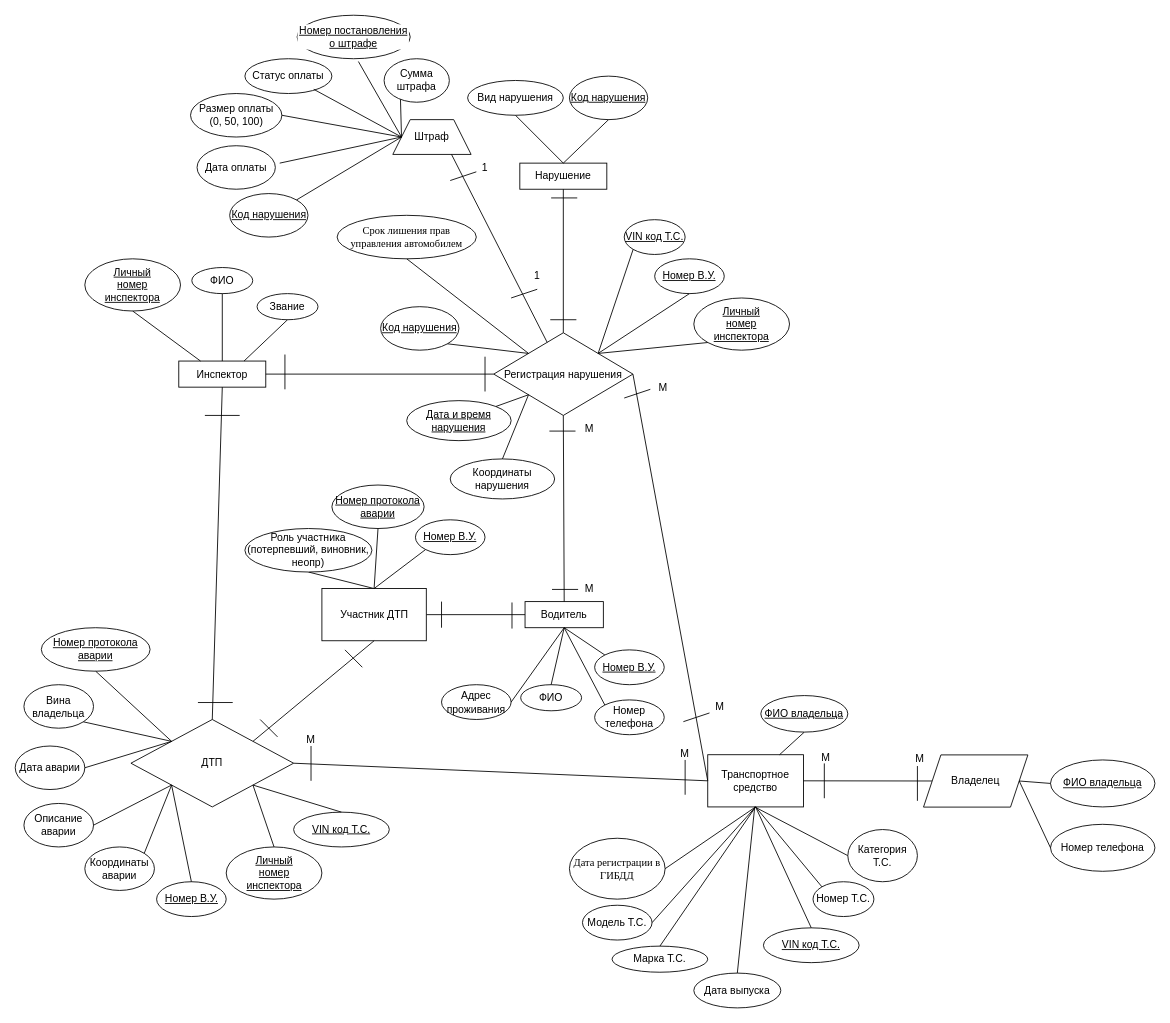
Earlier version of the draw.io diagram Диаграмма без названия.drawio (GAIshnik02/dbLab2). Source tidied: cells renumbered, new cells numbered last; positions are measured from the earlier drawing's top-left corner, leaving out a move shared by most shapes. Both pictures are drawn from the tidied source at 87%, with x=0, y=0 at pixel (15, 15).
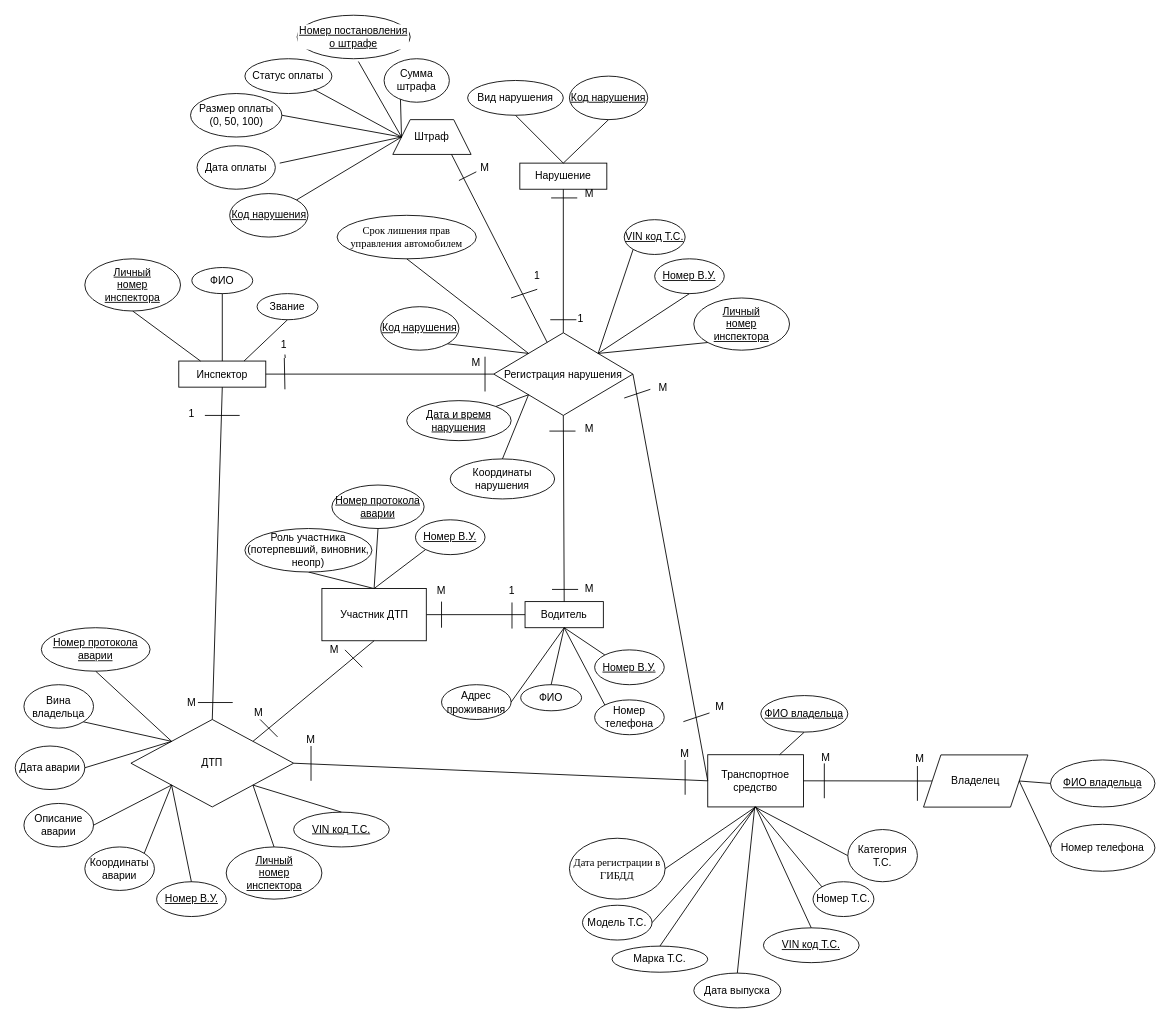
The same page after the edit.

Diff of the diagram source:
```diff
@@
-    <mxCell id="123" style="endArrow=none;html=1;rounded=0;" parent="1" edge="1">
+    <mxCell id="123" style="endArrow=none;html=1;rounded=0;" parent="1" edge="1" source="148">
       <mxGeometry relative="1" as="geometry">
-        <mxPoint x="500" y="190" as="sourcePoint" />
         <mxPoint x="530" y="180" as="targetPoint" />
       </mxGeometry>
     </mxCell>
-    <mxCell id="124" style="endArrow=none;html=1;rounded=0;" parent="1" edge="1">
+    <mxCell id="124" style="endArrow=none;html=1;rounded=0;" parent="1" edge="1" source="139">
       <mxGeometry relative="1" as="geometry">
-        <mxPoint x="310" y="390" as="sourcePoint" />
         <mxPoint x="310" y="430" as="targetPoint" />
       </mxGeometry>
     </mxCell>
@@
-    <mxCell id="137" value="1" style="text;strokeColor=none;align=center;fillColor=none;html=1;verticalAlign=middle;whiteSpace=wrap;rounded=0;" parent="1" vertex="1">
-      <mxGeometry x="510" y="160" width="60" height="30" as="geometry" />
-    </mxCell>
+    <mxCell id="138" style="endArrow=none;html=1;rounded=0;" parent="1" edge="1" target="139">
+      <mxGeometry relative="1" as="geometry">
+        <mxPoint x="310" y="390" as="sourcePoint" />
+      </mxGeometry>
+    </mxCell>
+    <mxCell id="139" value="1" style="text;strokeColor=none;align=center;fillColor=none;html=1;verticalAlign=middle;whiteSpace=wrap;rounded=0;" parent="1" vertex="1">
+      <mxGeometry x="279" y="364" width="60" height="30" as="geometry" />
+    </mxCell>
+    <mxCell id="140" value="M" style="text;strokeColor=none;align=center;fillColor=none;html=1;verticalAlign=middle;whiteSpace=wrap;rounded=0;" parent="1" vertex="1">
+      <mxGeometry x="500" y="385" width="60" height="30" as="geometry" />
+    </mxCell>
+    <mxCell id="141" value="1" style="text;strokeColor=none;align=center;fillColor=none;html=1;verticalAlign=middle;whiteSpace=wrap;rounded=0;" parent="1" vertex="1">
+      <mxGeometry x="541" y="647" width="60" height="30" as="geometry" />
+    </mxCell>
+    <mxCell id="142" value="M" style="text;strokeColor=none;align=center;fillColor=none;html=1;verticalAlign=middle;whiteSpace=wrap;rounded=0;" parent="1" vertex="1">
+      <mxGeometry x="460" y="647" width="60" height="30" as="geometry" />
+    </mxCell>
+    <mxCell id="143" value="M" style="text;strokeColor=none;align=center;fillColor=none;html=1;verticalAlign=middle;whiteSpace=wrap;rounded=0;" parent="1" vertex="1">
+      <mxGeometry x="250" y="787" width="60" height="30" as="geometry" />
+    </mxCell>
+    <mxCell id="144" value="M" style="text;strokeColor=none;align=center;fillColor=none;html=1;verticalAlign=middle;whiteSpace=wrap;rounded=0;" parent="1" vertex="1">
+      <mxGeometry x="336.5" y="714" width="60" height="30" as="geometry" />
+    </mxCell>
+    <mxCell id="145" value="1" style="text;strokeColor=none;align=center;fillColor=none;html=1;verticalAlign=middle;whiteSpace=wrap;rounded=0;" parent="1" vertex="1">
+      <mxGeometry x="172.5" y="443" width="60" height="30" as="geometry" />
+    </mxCell>
+    <mxCell id="146" value="M" style="text;strokeColor=none;align=center;fillColor=none;html=1;verticalAlign=middle;whiteSpace=wrap;rounded=0;" parent="1" vertex="1">
+      <mxGeometry x="172.5" y="774.5" width="60" height="30" as="geometry" />
+    </mxCell>
+    <mxCell id="147" value="1" style="text;strokeColor=none;align=center;fillColor=none;html=1;verticalAlign=middle;whiteSpace=wrap;rounded=0;" parent="1" vertex="1">
+      <mxGeometry x="620" y="334" width="60" height="30" as="geometry" />
+    </mxCell>
+    <mxCell id="148" value="M" style="text;strokeColor=none;align=center;fillColor=none;html=1;verticalAlign=middle;whiteSpace=wrap;rounded=0;" parent="1" vertex="1">
+      <mxGeometry x="510" y="160" width="60" height="30" as="geometry" />
+    </mxCell>
+    <mxCell id="149" value="M" style="text;strokeColor=none;align=center;fillColor=none;html=1;verticalAlign=middle;whiteSpace=wrap;rounded=0;" parent="1" vertex="1">
+      <mxGeometry x="630" y="190" width="60" height="30" as="geometry" />
+    </mxCell>
```
